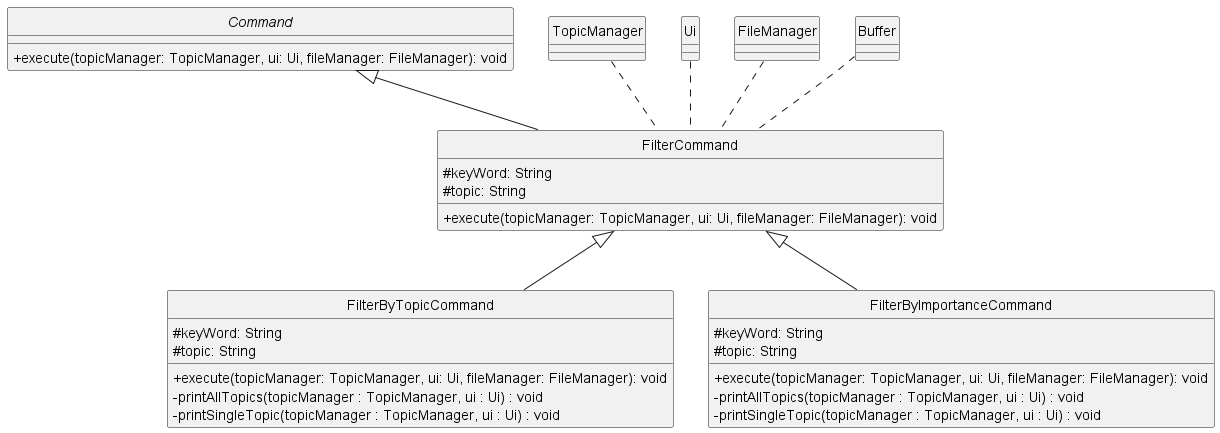
Earlier version of the PlantUML export docs/class-diagrams/diagrams/FilterClass.png (ong-ck/tp). The source it was exported from:
```plantuml
@startuml
skinparam classAttributeIconSize 0
hide circle

abstract class Command {
    +execute(topicManager: TopicManager, ui: Ui, fileManager: FileManager): void
}

class FilterCommand {
    #keyWord: String
    #topic: String

    +execute(topicManager: TopicManager, ui: Ui, fileManager: FileManager): void
}

class FilterByTopicCommand {
    #keyWord: String
    #topic: String

    +execute(topicManager: TopicManager, ui: Ui, fileManager: FileManager): void
    -printAllTopics(topicManager : TopicManager, ui : Ui) : void
    -printSingleTopic(topicManager : TopicManager, ui : Ui) : void
}

class FilterByImportanceCommand {
    #keyWord: String
    #topic: String

    +execute(topicManager: TopicManager, ui: Ui, fileManager: FileManager): void
    -printAllTopics(topicManager : TopicManager, ui : Ui) : void
    -printSingleTopic(topicManager : TopicManager, ui : Ui) : void
}

class TopicManager {
}

class Ui {
}

class FileManager {
}

class Buffer {
}

Command <|-- FilterCommand
FilterCommand <|-- FilterByTopicCommand
FilterCommand <|-- FilterByImportanceCommand

TopicManager .. FilterCommand
Ui .. FilterCommand
FileManager .. FilterCommand
Buffer .. FilterCommand

@enduml
```
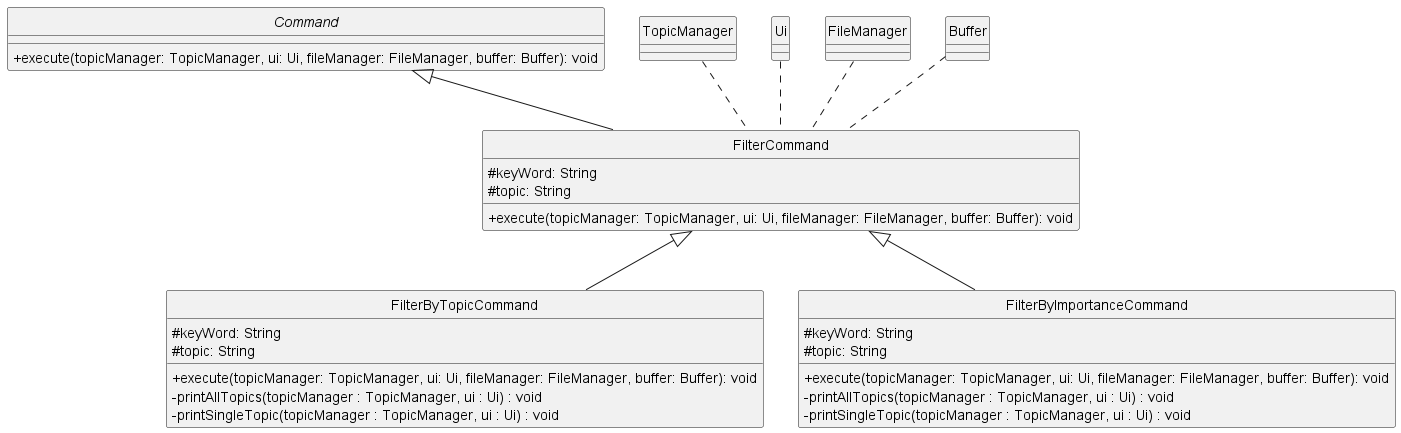
After the change.

Commit message:
Update methods in class diagram to include buffer

What changed in the source:
```diff
@@ -3,21 +3,21 @@
 hide circle
 
 abstract class Command {
-    +execute(topicManager: TopicManager, ui: Ui, fileManager: FileManager): void
+    +execute(topicManager: TopicManager, ui: Ui, fileManager: FileManager, buffer: Buffer): void
 }
 
 class FilterCommand {
     #keyWord: String
     #topic: String
 
-    +execute(topicManager: TopicManager, ui: Ui, fileManager: FileManager): void
+    +execute(topicManager: TopicManager, ui: Ui, fileManager: FileManager, buffer: Buffer): void
 }
 
 class FilterByTopicCommand {
     #keyWord: String
     #topic: String
 
-    +execute(topicManager: TopicManager, ui: Ui, fileManager: FileManager): void
+    +execute(topicManager: TopicManager, ui: Ui, fileManager: FileManager, buffer: Buffer): void
     -printAllTopics(topicManager : TopicManager, ui : Ui) : void
     -printSingleTopic(topicManager : TopicManager, ui : Ui) : void
 }
@@ -26,7 +26,7 @@
     #keyWord: String
     #topic: String
 
-    +execute(topicManager: TopicManager, ui: Ui, fileManager: FileManager): void
+    +execute(topicManager: TopicManager, ui: Ui, fileManager: FileManager, buffer: Buffer): void
     -printAllTopics(topicManager : TopicManager, ui : Ui) : void
     -printSingleTopic(topicManager : TopicManager, ui : Ui) : void
 }
```
